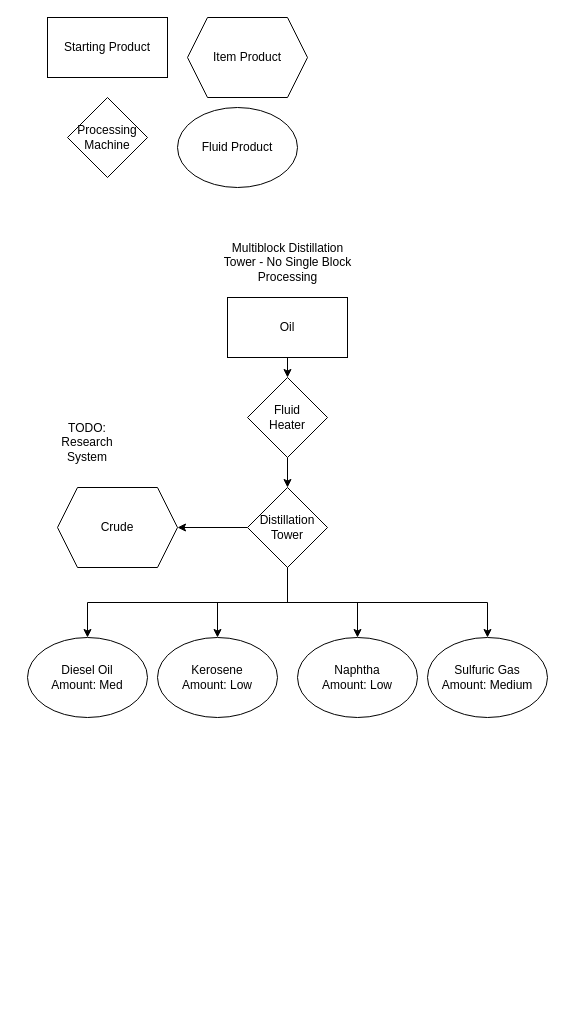
This is page "Oil Processing" (2 of 2) of StarstruckProgression.drawio from MicahHaack/Starstruck, a draw.io file, before an edit. Source tidied: cells renumbered, new cells numbered last; positions are measured from the earlier drawing's top-left corner, leaving out a move shared by most shapes. Both pictures are drawn from the tidied source at 100%, with x=0, y=0 at pixel (27, 17).
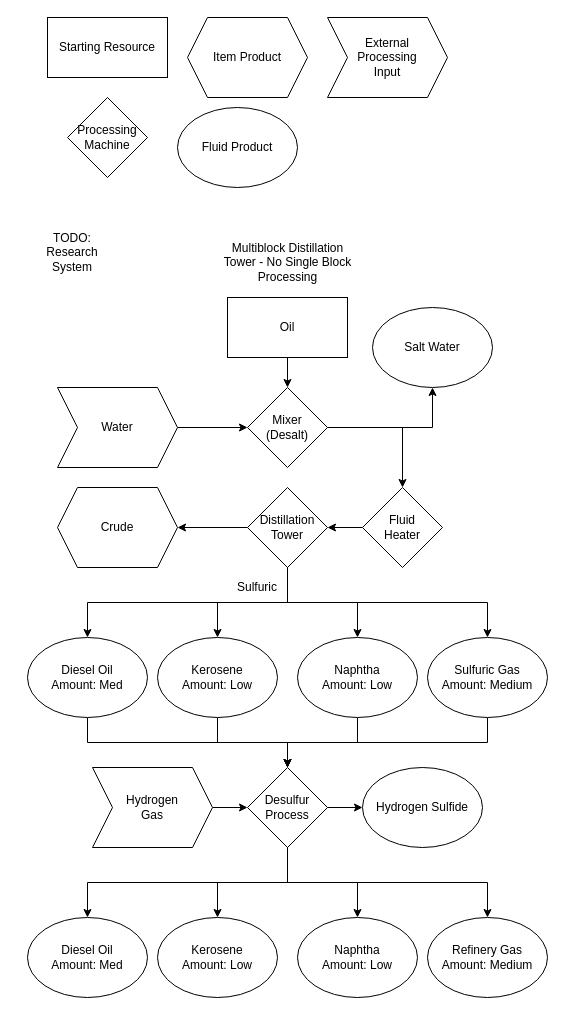
The same diagram, later.

Commit message:
oil processing, desulfur and desalt

The change refers to these unchanged cells:
```xml
<mxCell id="3" value="Oil" style="rounded=0;whiteSpace=wrap;html=1;" parent="1" vertex="1">
  <mxGeometry x="200" y="280" width="120" height="60" as="geometry" />
</mxCell>
<mxCell id="4" value="&lt;div&gt;Diesel Oil&lt;/div&gt;&lt;div&gt;Amount: Med&lt;br&gt;&lt;/div&gt;" style="ellipse;whiteSpace=wrap;html=1;rounded=0;" parent="1" vertex="1">
  <mxGeometry y="620" width="120" height="80" as="geometry" />
</mxCell>
<mxCell id="6" value="&lt;div&gt;Kerosene&lt;/div&gt;&lt;div&gt;Amount: Low&lt;br&gt;&lt;/div&gt;" style="ellipse;whiteSpace=wrap;html=1;rounded=0;" parent="1" vertex="1">
  <mxGeometry x="130" y="620" width="120" height="80" as="geometry" />
</mxCell>
<mxCell id="7" value="&lt;div&gt;Naphtha&lt;/div&gt;&lt;div&gt;Amount: Low&lt;br&gt;&lt;/div&gt;" style="ellipse;whiteSpace=wrap;html=1;rounded=0;" parent="1" vertex="1">
  <mxGeometry x="270" y="620" width="120" height="80" as="geometry" />
</mxCell>
<mxCell id="8" value="&lt;div&gt;Sulfuric Gas&lt;/div&gt;&lt;div&gt;Amount: Medium&lt;br&gt;&lt;/div&gt;" style="ellipse;whiteSpace=wrap;html=1;rounded=0;" parent="1" vertex="1">
  <mxGeometry x="400" y="620" width="120" height="80" as="geometry" />
</mxCell>
<mxCell id="19" value="&lt;div&gt;Distillation&lt;/div&gt;&lt;div&gt;Tower&lt;br&gt;&lt;/div&gt;" style="rhombus;whiteSpace=wrap;html=1;" parent="1" vertex="1">
  <mxGeometry x="220" y="470" width="80" height="80" as="geometry" />
</mxCell>
```

What changed in the source:
```diff
@@
-    <mxCell id="2" style="edgeStyle=orthogonalEdgeStyle;rounded=0;jettySize=auto;html=1;exitX=0.5;exitY=1;exitDx=0;exitDy=0;entryX=0.5;entryY=0;entryDx=0;entryDy=0;" parent="1" edge="1" source="3" target="10">
-      <mxGeometry relative="1" as="geometry" />
-    </mxCell>
+    <mxCell id="23" style="edgeStyle=orthogonalEdgeStyle;rounded=0;jettySize=auto;html=1;exitX=0.5;exitY=1;exitDx=0;exitDy=0;entryX=0.5;entryY=0;entryDx=0;entryDy=0;" parent="1" edge="1" source="3" target="46">
+      <mxGeometry relative="1" as="geometry" />
+    </mxCell>
@@
+    <mxCell id="24" style="edgeStyle=orthogonalEdgeStyle;rounded=0;jettySize=auto;html=1;exitX=0.5;exitY=1;exitDx=0;exitDy=0;entryX=0.5;entryY=0;entryDx=0;entryDy=0;" parent="1" edge="1" source="4" target="35">
+      <mxGeometry relative="1" as="geometry" />
+    </mxCell>
@@
+    <mxCell id="25" style="edgeStyle=orthogonalEdgeStyle;rounded=0;jettySize=auto;html=1;exitX=0.5;exitY=1;exitDx=0;exitDy=0;entryX=0.5;entryY=0;entryDx=0;entryDy=0;" parent="1" edge="1" source="6" target="35">
+      <mxGeometry relative="1" as="geometry" />
+    </mxCell>
@@
+    <mxCell id="26" style="edgeStyle=orthogonalEdgeStyle;rounded=0;jettySize=auto;html=1;exitX=0.5;exitY=1;exitDx=0;exitDy=0;entryX=0.5;entryY=0;entryDx=0;entryDy=0;" parent="1" edge="1" source="7" target="35">
+      <mxGeometry relative="1" as="geometry" />
+    </mxCell>
@@
+    <mxCell id="27" style="edgeStyle=orthogonalEdgeStyle;rounded=0;jettySize=auto;html=1;exitX=0.5;exitY=1;exitDx=0;exitDy=0;entryX=0.5;entryY=0;entryDx=0;entryDy=0;" parent="1" edge="1" source="8" target="35">
+      <mxGeometry relative="1" as="geometry" />
+    </mxCell>
@@
-    <mxCell id="9" style="edgeStyle=orthogonalEdgeStyle;rounded=0;jettySize=auto;html=1;exitX=0.5;exitY=1;exitDx=0;exitDy=0;" parent="1" edge="1" source="10">
-      <mxGeometry relative="1" as="geometry">
-        <mxPoint x="260" y="470" as="targetPoint" />
-      </mxGeometry>
-    </mxCell>
+    <mxCell id="28" style="edgeStyle=orthogonalEdgeStyle;rounded=0;jettySize=auto;html=1;exitX=0;exitY=0.5;exitDx=0;exitDy=0;entryX=1;entryY=0.5;entryDx=0;entryDy=0;" parent="1" edge="1" source="10" target="19">
+      <mxGeometry relative="1" as="geometry" />
+    </mxCell>
     <mxCell id="10" value="&lt;div&gt;Fluid&lt;/div&gt;&lt;div&gt;Heater&lt;br&gt;&lt;/div&gt;" style="rhombus;whiteSpace=wrap;html=1;" parent="1" vertex="1">
-      <mxGeometry x="220" y="360" width="80" height="80" as="geometry" />
+      <mxGeometry x="335" y="470" width="80" height="80" as="geometry" />
     </mxCell>
     <mxCell id="11" value="&lt;div&gt;TODO:&lt;/div&gt;&lt;div&gt;Research&lt;/div&gt;&lt;div&gt;System&lt;br&gt;&lt;/div&gt;" style="text;html=1;strokeColor=none;fillColor=none;align=center;verticalAlign=middle;whiteSpace=wrap;rounded=0;" parent="1" vertex="1">
-      <mxGeometry x="5" y="310" width="110" height="230" as="geometry" />
+      <mxGeometry x="-10" y="120" width="110" height="230" as="geometry" />
     </mxCell>
@@
-    <mxCell id="13" value="&lt;div&gt;Starting Product&lt;/div&gt;" style="rounded=0;whiteSpace=wrap;html=1;" parent="1" vertex="1">
+    <mxCell id="13" value="Starting Resource" style="rounded=0;whiteSpace=wrap;html=1;" parent="1" vertex="1">
       <mxGeometry x="20" width="120" height="60" as="geometry" />
     </mxCell>
@@
+    <mxCell id="29" value="Sulfuric" style="text;html=1;strokeColor=none;fillColor=none;align=center;verticalAlign=middle;whiteSpace=wrap;rounded=0;" parent="1" vertex="1">
+      <mxGeometry x="210" y="560" width="40" height="20" as="geometry" />
+    </mxCell>
+    <mxCell id="30" style="edgeStyle=orthogonalEdgeStyle;rounded=0;jettySize=auto;html=1;exitX=0.5;exitY=1;exitDx=0;exitDy=0;" parent="1" edge="1" source="35" target="36">
+      <mxGeometry relative="1" as="geometry" />
+    </mxCell>
+    <mxCell id="31" style="edgeStyle=orthogonalEdgeStyle;rounded=0;jettySize=auto;html=1;exitX=0.5;exitY=1;exitDx=0;exitDy=0;" parent="1" edge="1" source="35" target="37">
+      <mxGeometry relative="1" as="geometry" />
+    </mxCell>
+    <mxCell id="32" style="edgeStyle=orthogonalEdgeStyle;rounded=0;jettySize=auto;html=1;exitX=0.5;exitY=1;exitDx=0;exitDy=0;" parent="1" edge="1" source="35" target="38">
+      <mxGeometry relative="1" as="geometry" />
+    </mxCell>
+    <mxCell id="33" style="edgeStyle=orthogonalEdgeStyle;rounded=0;jettySize=auto;html=1;exitX=0.5;exitY=1;exitDx=0;exitDy=0;" parent="1" edge="1" source="35" target="39">
+      <mxGeometry relative="1" as="geometry" />
+    </mxCell>
+    <mxCell id="34" style="edgeStyle=orthogonalEdgeStyle;rounded=0;jettySize=auto;html=1;exitX=1;exitY=0.5;exitDx=0;exitDy=0;entryX=0;entryY=0.5;entryDx=0;entryDy=0;" parent="1" edge="1" source="35" target="43">
+      <mxGeometry relative="1" as="geometry" />
+    </mxCell>
+    <mxCell id="35" value="Desulfur Process" style="rhombus;whiteSpace=wrap;html=1;" parent="1" vertex="1">
+      <mxGeometry x="220" y="750" width="80" height="80" as="geometry" />
+    </mxCell>
+    <mxCell id="36" value="&lt;div&gt;Diesel Oil&lt;/div&gt;&lt;div&gt;Amount: Med&lt;br&gt;&lt;/div&gt;" style="ellipse;whiteSpace=wrap;html=1;rounded=0;" parent="1" vertex="1">
+      <mxGeometry y="900" width="120" height="80" as="geometry" />
+    </mxCell>
+    <mxCell id="37" value="&lt;div&gt;Kerosene&lt;/div&gt;&lt;div&gt;Amount: Low&lt;br&gt;&lt;/div&gt;" style="ellipse;whiteSpace=wrap;html=1;rounded=0;" parent="1" vertex="1">
+      <mxGeometry x="130" y="900" width="120" height="80" as="geometry" />
+    </mxCell>
+    <mxCell id="38" value="&lt;div&gt;Naphtha&lt;/div&gt;&lt;div&gt;Amount: Low&lt;br&gt;&lt;/div&gt;" style="ellipse;whiteSpace=wrap;html=1;rounded=0;" parent="1" vertex="1">
+      <mxGeometry x="270" y="900" width="120" height="80" as="geometry" />
+    </mxCell>
+    <mxCell id="39" value="&lt;div&gt;Refinery Gas&lt;/div&gt;&lt;div&gt;Amount: Medium&lt;br&gt;&lt;/div&gt;" style="ellipse;whiteSpace=wrap;html=1;rounded=0;" parent="1" vertex="1">
+      <mxGeometry x="400" y="900" width="120" height="80" as="geometry" />
+    </mxCell>
+    <mxCell id="40" value="&lt;div&gt;External &lt;br&gt;&lt;/div&gt;&lt;div&gt;Processing &lt;br&gt;&lt;/div&gt;&lt;div&gt;Input&lt;/div&gt;" style="shape=step;perimeter=stepPerimeter;whiteSpace=wrap;html=1;fixedSize=1;" parent="1" vertex="1">
+      <mxGeometry x="300" width="120" height="80" as="geometry" />
+    </mxCell>
+    <mxCell id="41" style="edgeStyle=orthogonalEdgeStyle;rounded=0;jettySize=auto;html=1;exitX=1;exitY=0.5;exitDx=0;exitDy=0;entryX=0;entryY=0.5;entryDx=0;entryDy=0;" parent="1" edge="1" source="42" target="35">
+      <mxGeometry relative="1" as="geometry" />
+    </mxCell>
+    <mxCell id="42" value="&lt;div&gt;Hydrogen&lt;/div&gt;&lt;div&gt; Gas&lt;/div&gt;" style="shape=step;perimeter=stepPerimeter;whiteSpace=wrap;html=1;fixedSize=1;" parent="1" vertex="1">
+      <mxGeometry x="65" y="750" width="120" height="80" as="geometry" />
+    </mxCell>
+    <mxCell id="43" value="Hydrogen Sulfide" style="ellipse;whiteSpace=wrap;html=1;" parent="1" vertex="1">
+      <mxGeometry x="335" y="750" width="120" height="80" as="geometry" />
+    </mxCell>
+    <mxCell id="44" style="edgeStyle=orthogonalEdgeStyle;rounded=0;jettySize=auto;html=1;exitX=1;exitY=0.5;exitDx=0;exitDy=0;entryX=0.5;entryY=0;entryDx=0;entryDy=0;" parent="1" edge="1" source="46" target="10">
+      <mxGeometry relative="1" as="geometry" />
+    </mxCell>
+    <mxCell id="45" style="edgeStyle=orthogonalEdgeStyle;rounded=0;jettySize=auto;html=1;exitX=1;exitY=0.5;exitDx=0;exitDy=0;entryX=0.5;entryY=1;entryDx=0;entryDy=0;" parent="1" edge="1" source="46" target="49">
+      <mxGeometry relative="1" as="geometry" />
+    </mxCell>
+    <mxCell id="46" value="&lt;div&gt;Mixer&lt;/div&gt;&lt;div&gt;(Desalt)&lt;br&gt;&lt;/div&gt;" style="rhombus;whiteSpace=wrap;html=1;" parent="1" vertex="1">
+      <mxGeometry x="220" y="370" width="80" height="80" as="geometry" />
+    </mxCell>
+    <mxCell id="47" style="edgeStyle=orthogonalEdgeStyle;rounded=0;jettySize=auto;html=1;exitX=1;exitY=0.5;exitDx=0;exitDy=0;entryX=0;entryY=0.5;entryDx=0;entryDy=0;" parent="1" edge="1" source="48" target="46">
+      <mxGeometry relative="1" as="geometry" />
+    </mxCell>
+    <mxCell id="48" value="Water" style="shape=step;perimeter=stepPerimeter;whiteSpace=wrap;html=1;fixedSize=1;rotation=0;" parent="1" vertex="1">
+      <mxGeometry x="30" y="370" width="120" height="80" as="geometry" />
+    </mxCell>
+    <mxCell id="49" value="Salt Water" style="ellipse;whiteSpace=wrap;html=1;" parent="1" vertex="1">
+      <mxGeometry x="345" y="290" width="120" height="80" as="geometry" />
+    </mxCell>
```
